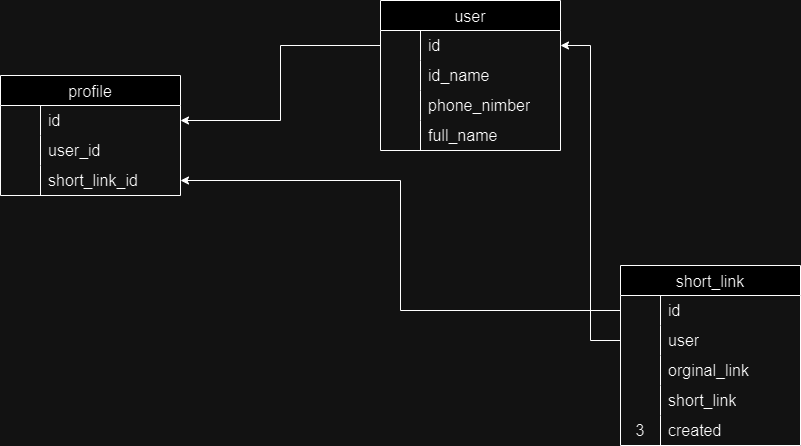
The draw.io diagram db_doagram/db_disign.drawio.png in faridhaavasi/link_shorter, before a commit. Source tidied: cells renumbered, new cells last; positions are measured from the earlier drawing's top-left corner, leaving out a move shared by most shapes. Source of this version:
```xml
<mxGraphModel>
  <root>
    <mxCell id="0" />
    <mxCell id="1" parent="0" />
    <mxCell id="2" value="user" style="shape=table;startSize=30;rowLines=0;fontStyle=0;strokeColor=default;fontSize=16;" parent="1" vertex="1">
      <mxGeometry x="380" width="180" height="150" as="geometry" />
    </mxCell>
    <mxCell id="3" style="shape=tableRow;horizontal=0;startSize=0;swimlaneHead=0;swimlaneBody=0;top=0;left=0;bottom=0;right=0;fillColor=none;points=[[0,0.5],[1,0.5]];portConstraint=eastwest;strokeColor=inherit;fontSize=16;" parent="2" vertex="1">
      <mxGeometry y="30" width="180" height="30" as="geometry" />
    </mxCell>
    <mxCell id="4" style="shape=partialRectangle;html=1;whiteSpace=wrap;fillColor=none;top=0;left=0;bottom=0;right=0;overflow=hidden;strokeColor=inherit;fontSize=16;" parent="3" vertex="1">
      <mxGeometry width="40" height="30" as="geometry" />
    </mxCell>
    <mxCell id="5" value="id" style="shape=partialRectangle;html=1;whiteSpace=wrap;fillColor=none;top=0;left=0;bottom=0;right=0;align=left;spacingLeft=6;overflow=hidden;strokeColor=inherit;fontSize=16;" parent="3" vertex="1">
      <mxGeometry x="40" width="140" height="30" as="geometry" />
    </mxCell>
    <mxCell id="6" style="shape=tableRow;horizontal=0;startSize=0;swimlaneHead=0;swimlaneBody=0;top=0;left=0;bottom=0;right=0;fillColor=none;strokeColor=inherit;fontSize=16;" parent="2" vertex="1">
      <mxGeometry y="60" width="180" height="30" as="geometry" />
    </mxCell>
    <mxCell id="7" style="shape=partialRectangle;html=1;whiteSpace=wrap;fillColor=none;top=0;left=0;bottom=0;right=0;overflow=hidden;strokeColor=inherit;fontSize=16;" parent="6" vertex="1">
      <mxGeometry width="40" height="30" as="geometry" />
    </mxCell>
    <mxCell id="8" value="id_name" style="shape=partialRectangle;html=1;whiteSpace=wrap;fillColor=none;top=0;left=0;bottom=0;right=0;align=left;spacingLeft=6;overflow=hidden;strokeColor=inherit;fontSize=16;" parent="6" vertex="1">
      <mxGeometry x="40" width="140" height="30" as="geometry" />
    </mxCell>
    <mxCell id="9" style="shape=tableRow;horizontal=0;startSize=0;swimlaneHead=0;swimlaneBody=0;top=0;left=0;bottom=0;right=0;fillColor=none;strokeColor=inherit;fontSize=16;" parent="2" vertex="1">
      <mxGeometry y="90" width="180" height="30" as="geometry" />
    </mxCell>
    <mxCell id="10" style="shape=partialRectangle;html=1;whiteSpace=wrap;fillColor=none;top=0;left=0;bottom=0;right=0;overflow=hidden;strokeColor=inherit;fontSize=16;" parent="9" vertex="1">
      <mxGeometry width="40" height="30" as="geometry" />
    </mxCell>
    <mxCell id="11" value="phone_nimber" style="shape=partialRectangle;html=1;whiteSpace=wrap;fillColor=none;top=0;left=0;bottom=0;right=0;align=left;spacingLeft=6;overflow=hidden;strokeColor=inherit;fontSize=16;" parent="9" vertex="1">
      <mxGeometry x="40" width="140" height="30" as="geometry" />
    </mxCell>
    <mxCell id="12" style="shape=tableRow;horizontal=0;startSize=0;swimlaneHead=0;swimlaneBody=0;top=0;left=0;bottom=0;right=0;fillColor=none;strokeColor=inherit;fontSize=16;" parent="2" vertex="1">
      <mxGeometry y="120" width="180" height="30" as="geometry" />
    </mxCell>
    <mxCell id="13" style="shape=partialRectangle;html=1;whiteSpace=wrap;fillColor=none;top=0;left=0;bottom=0;right=0;overflow=hidden;strokeColor=inherit;fontSize=16;" parent="12" vertex="1">
      <mxGeometry width="40" height="30" as="geometry" />
    </mxCell>
    <mxCell id="14" value="full_name" style="shape=partialRectangle;html=1;whiteSpace=wrap;fillColor=none;top=0;left=0;bottom=0;right=0;align=left;spacingLeft=6;overflow=hidden;strokeColor=inherit;fontSize=16;" parent="12" vertex="1">
      <mxGeometry x="40" width="140" height="30" as="geometry" />
    </mxCell>
    <mxCell id="15" value="profile" style="shape=table;startSize=30;rowLines=0;fontStyle=0;strokeColor=default;fontSize=16;" parent="1" vertex="1">
      <mxGeometry y="75" width="180" height="120" as="geometry" />
    </mxCell>
    <mxCell id="16" style="shape=tableRow;horizontal=0;startSize=0;swimlaneHead=0;swimlaneBody=0;top=0;left=0;bottom=0;right=0;fillColor=none;points=[[0,0.5],[1,0.5]];portConstraint=eastwest;strokeColor=inherit;fontSize=16;" parent="15" vertex="1">
      <mxGeometry y="30" width="180" height="30" as="geometry" />
    </mxCell>
    <mxCell id="17" style="shape=partialRectangle;html=1;whiteSpace=wrap;fillColor=none;top=0;left=0;bottom=0;right=0;overflow=hidden;strokeColor=inherit;fontSize=16;" parent="16" vertex="1">
      <mxGeometry width="40" height="30" as="geometry" />
    </mxCell>
    <mxCell id="18" value="id" style="shape=partialRectangle;html=1;whiteSpace=wrap;fillColor=none;top=0;left=0;bottom=0;right=0;align=left;spacingLeft=6;overflow=hidden;strokeColor=inherit;fontSize=16;" parent="16" vertex="1">
      <mxGeometry x="40" width="140" height="30" as="geometry" />
    </mxCell>
    <mxCell id="19" style="shape=tableRow;horizontal=0;startSize=0;swimlaneHead=0;swimlaneBody=0;top=0;left=0;bottom=0;right=0;fillColor=none;strokeColor=inherit;fontSize=16;" parent="15" vertex="1">
      <mxGeometry y="60" width="180" height="30" as="geometry" />
    </mxCell>
    <mxCell id="20" style="shape=partialRectangle;html=1;whiteSpace=wrap;fillColor=none;top=0;left=0;bottom=0;right=0;overflow=hidden;strokeColor=inherit;fontSize=16;" parent="19" vertex="1">
      <mxGeometry width="40" height="30" as="geometry" />
    </mxCell>
    <mxCell id="21" value="user_id" style="shape=partialRectangle;html=1;whiteSpace=wrap;fillColor=none;top=0;left=0;bottom=0;right=0;align=left;spacingLeft=6;overflow=hidden;strokeColor=inherit;fontSize=16;" parent="19" vertex="1">
      <mxGeometry x="40" width="140" height="30" as="geometry" />
    </mxCell>
    <mxCell id="22" style="shape=tableRow;horizontal=0;startSize=0;swimlaneHead=0;swimlaneBody=0;top=0;left=0;bottom=0;right=0;fillColor=none;points=[[0,0.5],[1,0.5]];portConstraint=eastwest;strokeColor=inherit;fontSize=16;" parent="15" vertex="1">
      <mxGeometry y="90" width="180" height="30" as="geometry" />
    </mxCell>
    <mxCell id="23" style="shape=partialRectangle;html=1;whiteSpace=wrap;fillColor=none;top=0;left=0;bottom=0;right=0;overflow=hidden;strokeColor=inherit;fontSize=16;" parent="22" vertex="1">
      <mxGeometry width="40" height="30" as="geometry" />
    </mxCell>
    <mxCell id="24" value="short_link_id" style="shape=partialRectangle;html=1;whiteSpace=wrap;fillColor=none;top=0;left=0;bottom=0;right=0;align=left;spacingLeft=6;overflow=hidden;strokeColor=inherit;fontSize=16;" parent="22" vertex="1">
      <mxGeometry x="40" width="140" height="30" as="geometry" />
    </mxCell>
    <mxCell id="25" value="short_link" style="shape=table;startSize=30;rowLines=0;fontStyle=0;strokeColor=default;fontSize=16;" parent="1" vertex="1">
      <mxGeometry x="620" y="265" width="180" height="180" as="geometry" />
    </mxCell>
    <mxCell id="26" style="shape=tableRow;horizontal=0;startSize=0;swimlaneHead=0;swimlaneBody=0;top=0;left=0;bottom=0;right=0;fillColor=none;points=[[0,0.5],[1,0.5]];portConstraint=eastwest;strokeColor=inherit;fontSize=16;" parent="25" vertex="1">
      <mxGeometry y="30" width="180" height="30" as="geometry" />
    </mxCell>
    <mxCell id="27" style="shape=partialRectangle;html=1;whiteSpace=wrap;fillColor=none;top=0;left=0;bottom=0;right=0;overflow=hidden;strokeColor=inherit;fontSize=16;" parent="26" vertex="1">
      <mxGeometry width="40" height="30" as="geometry" />
    </mxCell>
    <mxCell id="28" value="id" style="shape=partialRectangle;html=1;whiteSpace=wrap;fillColor=none;top=0;left=0;bottom=0;right=0;align=left;spacingLeft=6;overflow=hidden;strokeColor=inherit;fontSize=16;" parent="26" vertex="1">
      <mxGeometry x="40" width="140" height="30" as="geometry" />
    </mxCell>
    <mxCell id="29" style="shape=tableRow;horizontal=0;startSize=0;swimlaneHead=0;swimlaneBody=0;top=0;left=0;bottom=0;right=0;fillColor=none;points=[[0,0.5],[1,0.5]];portConstraint=eastwest;strokeColor=inherit;fontSize=16;" parent="25" vertex="1">
      <mxGeometry y="60" width="180" height="30" as="geometry" />
    </mxCell>
    <mxCell id="30" style="shape=partialRectangle;html=1;whiteSpace=wrap;fillColor=none;top=0;left=0;bottom=0;right=0;overflow=hidden;strokeColor=inherit;fontSize=16;" parent="29" vertex="1">
      <mxGeometry width="40" height="30" as="geometry" />
    </mxCell>
    <mxCell id="31" value="user" style="shape=partialRectangle;html=1;whiteSpace=wrap;fillColor=none;top=0;left=0;bottom=0;right=0;align=left;spacingLeft=6;overflow=hidden;strokeColor=inherit;fontSize=16;" parent="29" vertex="1">
      <mxGeometry x="40" width="140" height="30" as="geometry" />
    </mxCell>
    <mxCell id="32" style="shape=tableRow;horizontal=0;startSize=0;swimlaneHead=0;swimlaneBody=0;top=0;left=0;bottom=0;right=0;fillColor=none;strokeColor=inherit;fontSize=16;" parent="25" vertex="1">
      <mxGeometry y="90" width="180" height="30" as="geometry" />
    </mxCell>
    <mxCell id="33" style="shape=partialRectangle;html=1;whiteSpace=wrap;fillColor=none;top=0;left=0;bottom=0;right=0;overflow=hidden;strokeColor=inherit;fontSize=16;" parent="32" vertex="1">
      <mxGeometry width="40" height="30" as="geometry" />
    </mxCell>
    <mxCell id="34" value="orginal_link" style="shape=partialRectangle;html=1;whiteSpace=wrap;fillColor=none;top=0;left=0;bottom=0;right=0;align=left;spacingLeft=6;overflow=hidden;strokeColor=inherit;fontSize=16;" parent="32" vertex="1">
      <mxGeometry x="40" width="140" height="30" as="geometry" />
    </mxCell>
    <mxCell id="35" style="shape=tableRow;horizontal=0;startSize=0;swimlaneHead=0;swimlaneBody=0;top=0;left=0;bottom=0;right=0;fillColor=none;strokeColor=inherit;fontSize=16;" parent="25" vertex="1">
      <mxGeometry y="120" width="180" height="30" as="geometry" />
    </mxCell>
    <mxCell id="36" style="shape=partialRectangle;html=1;whiteSpace=wrap;fillColor=none;top=0;left=0;bottom=0;right=0;overflow=hidden;strokeColor=inherit;fontSize=16;" parent="35" vertex="1">
      <mxGeometry width="40" height="30" as="geometry" />
    </mxCell>
    <mxCell id="37" value="short_link" style="shape=partialRectangle;html=1;whiteSpace=wrap;fillColor=none;top=0;left=0;bottom=0;right=0;align=left;spacingLeft=6;overflow=hidden;strokeColor=inherit;fontSize=16;" parent="35" vertex="1">
      <mxGeometry x="40" width="140" height="30" as="geometry" />
    </mxCell>
    <mxCell id="38" style="shape=tableRow;horizontal=0;startSize=0;swimlaneHead=0;swimlaneBody=0;top=0;left=0;bottom=0;right=0;fillColor=none;strokeColor=inherit;fontSize=16;" parent="25" vertex="1">
      <mxGeometry y="150" width="180" height="30" as="geometry" />
    </mxCell>
    <mxCell id="39" value="3" style="shape=partialRectangle;html=1;whiteSpace=wrap;fillColor=none;top=0;left=0;bottom=0;right=0;overflow=hidden;strokeColor=inherit;fontSize=16;" parent="38" vertex="1">
      <mxGeometry width="40" height="30" as="geometry" />
    </mxCell>
    <mxCell id="40" value="created" style="shape=partialRectangle;html=1;whiteSpace=wrap;fillColor=none;top=0;left=0;bottom=0;right=0;align=left;spacingLeft=6;overflow=hidden;strokeColor=inherit;fontSize=16;" parent="38" vertex="1">
      <mxGeometry x="40" width="140" height="30" as="geometry" />
    </mxCell>
    <mxCell id="41" style="edgeStyle=orthogonalEdgeStyle;rounded=0;jettySize=auto;html=1;" parent="1" edge="1" source="3" target="16">
      <mxGeometry relative="1" as="geometry" />
    </mxCell>
    <mxCell id="42" style="edgeStyle=orthogonalEdgeStyle;rounded=0;jettySize=auto;html=1;" parent="1" edge="1" source="26" target="22">
      <mxGeometry relative="1" as="geometry" />
    </mxCell>
    <mxCell id="43" style="edgeStyle=orthogonalEdgeStyle;rounded=0;jettySize=auto;html=1;" parent="1" edge="1" source="29" target="3">
      <mxGeometry relative="1" as="geometry" />
    </mxCell>
  </root>
</mxGraphModel>
```
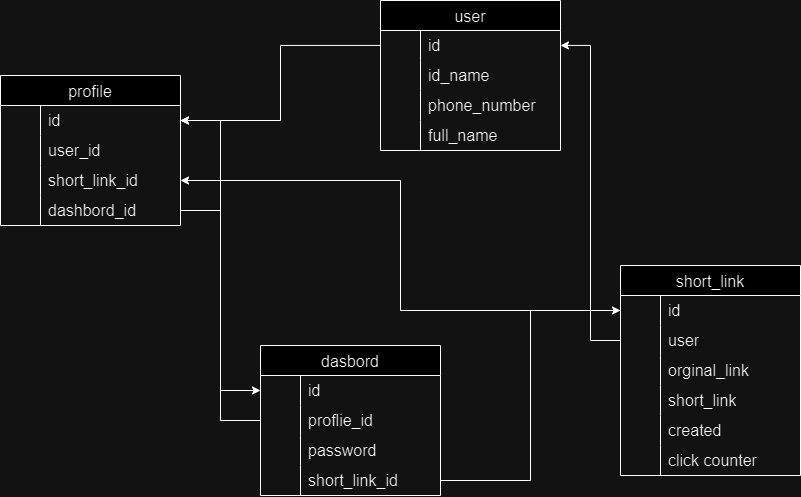
After the commit.

Change to the diagram source:
```diff
@@ -29,7 +29,7 @@
     <mxCell id="10" style="shape=partialRectangle;html=1;whiteSpace=wrap;fillColor=none;top=0;left=0;bottom=0;right=0;overflow=hidden;strokeColor=inherit;fontSize=16;" parent="9" vertex="1">
       <mxGeometry width="40" height="30" as="geometry" />
     </mxCell>
-    <mxCell id="11" value="phone_nimber" style="shape=partialRectangle;html=1;whiteSpace=wrap;fillColor=none;top=0;left=0;bottom=0;right=0;align=left;spacingLeft=6;overflow=hidden;strokeColor=inherit;fontSize=16;" parent="9" vertex="1">
+    <mxCell id="11" value="phone_number" style="shape=partialRectangle;html=1;whiteSpace=wrap;fillColor=none;top=0;left=0;bottom=0;right=0;align=left;spacingLeft=6;overflow=hidden;strokeColor=inherit;fontSize=16;" parent="9" vertex="1">
       <mxGeometry x="40" width="140" height="30" as="geometry" />
     </mxCell>
     <mxCell id="12" style="shape=tableRow;horizontal=0;startSize=0;swimlaneHead=0;swimlaneBody=0;top=0;left=0;bottom=0;right=0;fillColor=none;strokeColor=inherit;fontSize=16;" parent="2" vertex="1">
@@ -42,7 +42,7 @@
       <mxGeometry x="40" width="140" height="30" as="geometry" />
     </mxCell>
     <mxCell id="15" value="profile" style="shape=table;startSize=30;rowLines=0;fontStyle=0;strokeColor=default;fontSize=16;" parent="1" vertex="1">
-      <mxGeometry y="75" width="180" height="120" as="geometry" />
+      <mxGeometry y="75" width="180" height="150" as="geometry" />
     </mxCell>
     <mxCell id="16" style="shape=tableRow;horizontal=0;startSize=0;swimlaneHead=0;swimlaneBody=0;top=0;left=0;bottom=0;right=0;fillColor=none;points=[[0,0.5],[1,0.5]];portConstraint=eastwest;strokeColor=inherit;fontSize=16;" parent="15" vertex="1">
       <mxGeometry y="30" width="180" height="30" as="geometry" />
@@ -71,8 +71,17 @@
     <mxCell id="24" value="short_link_id" style="shape=partialRectangle;html=1;whiteSpace=wrap;fillColor=none;top=0;left=0;bottom=0;right=0;align=left;spacingLeft=6;overflow=hidden;strokeColor=inherit;fontSize=16;" parent="22" vertex="1">
       <mxGeometry x="40" width="140" height="30" as="geometry" />
     </mxCell>
+    <mxCell id="44" style="shape=tableRow;horizontal=0;startSize=0;swimlaneHead=0;swimlaneBody=0;top=0;left=0;bottom=0;right=0;fillColor=none;points=[[0,0.5],[1,0.5]];portConstraint=eastwest;strokeColor=inherit;fontSize=16;" parent="15" vertex="1">
+      <mxGeometry y="120" width="180" height="30" as="geometry" />
+    </mxCell>
+    <mxCell id="45" style="shape=partialRectangle;html=1;whiteSpace=wrap;fillColor=none;top=0;left=0;bottom=0;right=0;overflow=hidden;strokeColor=inherit;fontSize=16;" parent="44" vertex="1">
+      <mxGeometry width="40" height="30" as="geometry" />
+    </mxCell>
+    <mxCell id="46" value="dashbord_id" style="shape=partialRectangle;html=1;whiteSpace=wrap;fillColor=none;top=0;left=0;bottom=0;right=0;align=left;spacingLeft=6;overflow=hidden;strokeColor=inherit;fontSize=16;" parent="44" vertex="1">
+      <mxGeometry x="40" width="140" height="30" as="geometry" />
+    </mxCell>
     <mxCell id="25" value="short_link" style="shape=table;startSize=30;rowLines=0;fontStyle=0;strokeColor=default;fontSize=16;" parent="1" vertex="1">
-      <mxGeometry x="620" y="265" width="180" height="180" as="geometry" />
+      <mxGeometry x="620" y="265" width="180" height="210" as="geometry" />
     </mxCell>
     <mxCell id="26" style="shape=tableRow;horizontal=0;startSize=0;swimlaneHead=0;swimlaneBody=0;top=0;left=0;bottom=0;right=0;fillColor=none;points=[[0,0.5],[1,0.5]];portConstraint=eastwest;strokeColor=inherit;fontSize=16;" parent="25" vertex="1">
       <mxGeometry y="30" width="180" height="30" as="geometry" />
@@ -113,12 +122,21 @@
     <mxCell id="38" style="shape=tableRow;horizontal=0;startSize=0;swimlaneHead=0;swimlaneBody=0;top=0;left=0;bottom=0;right=0;fillColor=none;strokeColor=inherit;fontSize=16;" parent="25" vertex="1">
       <mxGeometry y="150" width="180" height="30" as="geometry" />
     </mxCell>
-    <mxCell id="39" value="3" style="shape=partialRectangle;html=1;whiteSpace=wrap;fillColor=none;top=0;left=0;bottom=0;right=0;overflow=hidden;strokeColor=inherit;fontSize=16;" parent="38" vertex="1">
+    <mxCell id="39" style="shape=partialRectangle;html=1;whiteSpace=wrap;fillColor=none;top=0;left=0;bottom=0;right=0;overflow=hidden;strokeColor=inherit;fontSize=16;" parent="38" vertex="1">
       <mxGeometry width="40" height="30" as="geometry" />
     </mxCell>
     <mxCell id="40" value="created" style="shape=partialRectangle;html=1;whiteSpace=wrap;fillColor=none;top=0;left=0;bottom=0;right=0;align=left;spacingLeft=6;overflow=hidden;strokeColor=inherit;fontSize=16;" parent="38" vertex="1">
       <mxGeometry x="40" width="140" height="30" as="geometry" />
     </mxCell>
+    <mxCell id="47" style="shape=tableRow;horizontal=0;startSize=0;swimlaneHead=0;swimlaneBody=0;top=0;left=0;bottom=0;right=0;fillColor=none;strokeColor=inherit;fontSize=16;" parent="25" vertex="1">
+      <mxGeometry y="180" width="180" height="30" as="geometry" />
+    </mxCell>
+    <mxCell id="48" style="shape=partialRectangle;html=1;whiteSpace=wrap;fillColor=none;top=0;left=0;bottom=0;right=0;overflow=hidden;strokeColor=inherit;fontSize=16;" parent="47" vertex="1">
+      <mxGeometry width="40" height="30" as="geometry" />
+    </mxCell>
+    <mxCell id="49" value="click counter" style="shape=partialRectangle;html=1;whiteSpace=wrap;fillColor=none;top=0;left=0;bottom=0;right=0;align=left;spacingLeft=6;overflow=hidden;strokeColor=inherit;fontSize=16;" parent="47" vertex="1">
+      <mxGeometry x="40" width="140" height="30" as="geometry" />
+    </mxCell>
     <mxCell id="41" style="edgeStyle=orthogonalEdgeStyle;rounded=0;jettySize=auto;html=1;" parent="1" edge="1" source="3" target="16">
       <mxGeometry relative="1" as="geometry" />
     </mxCell>
@@ -128,5 +146,53 @@
     <mxCell id="43" style="edgeStyle=orthogonalEdgeStyle;rounded=0;jettySize=auto;html=1;" parent="1" edge="1" source="29" target="3">
       <mxGeometry relative="1" as="geometry" />
     </mxCell>
+    <mxCell id="50" value="dasbord" style="shape=table;startSize=30;rowLines=0;fontStyle=0;strokeColor=default;fontSize=16;" parent="1" vertex="1">
+      <mxGeometry x="260" y="345" width="180" height="150" as="geometry" />
+    </mxCell>
+    <mxCell id="51" style="shape=tableRow;horizontal=0;startSize=0;swimlaneHead=0;swimlaneBody=0;top=0;left=0;bottom=0;right=0;fillColor=none;points=[[0,0.5],[1,0.5]];portConstraint=eastwest;strokeColor=inherit;fontSize=16;" parent="50" vertex="1">
+      <mxGeometry y="30" width="180" height="30" as="geometry" />
+    </mxCell>
+    <mxCell id="52" style="shape=partialRectangle;html=1;whiteSpace=wrap;fillColor=none;top=0;left=0;bottom=0;right=0;overflow=hidden;strokeColor=inherit;fontSize=16;" parent="51" vertex="1">
+      <mxGeometry width="40" height="30" as="geometry" />
+    </mxCell>
+    <mxCell id="53" value="id" style="shape=partialRectangle;html=1;whiteSpace=wrap;fillColor=none;top=0;left=0;bottom=0;right=0;align=left;spacingLeft=6;overflow=hidden;strokeColor=inherit;fontSize=16;" parent="51" vertex="1">
+      <mxGeometry x="40" width="140" height="30" as="geometry" />
+    </mxCell>
+    <mxCell id="54" style="shape=tableRow;horizontal=0;startSize=0;swimlaneHead=0;swimlaneBody=0;top=0;left=0;bottom=0;right=0;fillColor=none;points=[[0,0.5],[1,0.5]];portConstraint=eastwest;strokeColor=inherit;fontSize=16;" parent="50" vertex="1">
+      <mxGeometry y="60" width="180" height="30" as="geometry" />
+    </mxCell>
+    <mxCell id="55" style="shape=partialRectangle;html=1;whiteSpace=wrap;fillColor=none;top=0;left=0;bottom=0;right=0;overflow=hidden;strokeColor=inherit;fontSize=16;" parent="54" vertex="1">
+      <mxGeometry width="40" height="30" as="geometry" />
+    </mxCell>
+    <mxCell id="56" value="proflie_id" style="shape=partialRectangle;html=1;whiteSpace=wrap;fillColor=none;top=0;left=0;bottom=0;right=0;align=left;spacingLeft=6;overflow=hidden;strokeColor=inherit;fontSize=16;" parent="54" vertex="1">
+      <mxGeometry x="40" width="140" height="30" as="geometry" />
+    </mxCell>
+    <mxCell id="57" style="shape=tableRow;horizontal=0;startSize=0;swimlaneHead=0;swimlaneBody=0;top=0;left=0;bottom=0;right=0;fillColor=none;strokeColor=inherit;fontSize=16;" parent="50" vertex="1">
+      <mxGeometry y="90" width="180" height="30" as="geometry" />
+    </mxCell>
+    <mxCell id="58" style="shape=partialRectangle;html=1;whiteSpace=wrap;fillColor=none;top=0;left=0;bottom=0;right=0;overflow=hidden;strokeColor=inherit;fontSize=16;" parent="57" vertex="1">
+      <mxGeometry width="40" height="30" as="geometry" />
+    </mxCell>
+    <mxCell id="59" value="password" style="shape=partialRectangle;html=1;whiteSpace=wrap;fillColor=none;top=0;left=0;bottom=0;right=0;align=left;spacingLeft=6;overflow=hidden;strokeColor=inherit;fontSize=16;" parent="57" vertex="1">
+      <mxGeometry x="40" width="140" height="30" as="geometry" />
+    </mxCell>
+    <mxCell id="60" style="shape=tableRow;horizontal=0;startSize=0;swimlaneHead=0;swimlaneBody=0;top=0;left=0;bottom=0;right=0;fillColor=none;points=[[0,0.5],[1,0.5]];portConstraint=eastwest;strokeColor=inherit;fontSize=16;" parent="50" vertex="1">
+      <mxGeometry y="120" width="180" height="30" as="geometry" />
+    </mxCell>
+    <mxCell id="61" style="shape=partialRectangle;html=1;whiteSpace=wrap;fillColor=none;top=0;left=0;bottom=0;right=0;overflow=hidden;strokeColor=inherit;fontSize=16;" parent="60" vertex="1">
+      <mxGeometry width="40" height="30" as="geometry" />
+    </mxCell>
+    <mxCell id="62" value="short_link_id" style="shape=partialRectangle;html=1;whiteSpace=wrap;fillColor=none;top=0;left=0;bottom=0;right=0;align=left;spacingLeft=6;overflow=hidden;strokeColor=inherit;fontSize=16;" parent="60" vertex="1">
+      <mxGeometry x="40" width="140" height="30" as="geometry" />
+    </mxCell>
+    <mxCell id="63" style="edgeStyle=orthogonalEdgeStyle;rounded=0;jettySize=auto;html=1;" parent="1" edge="1" source="54" target="16">
+      <mxGeometry relative="1" as="geometry" />
+    </mxCell>
+    <mxCell id="64" style="edgeStyle=orthogonalEdgeStyle;rounded=0;jettySize=auto;html=1;" parent="1" edge="1" source="44" target="51">
+      <mxGeometry relative="1" as="geometry" />
+    </mxCell>
+    <mxCell id="65" style="edgeStyle=orthogonalEdgeStyle;rounded=0;jettySize=auto;html=1;" parent="1" edge="1" source="60" target="26">
+      <mxGeometry relative="1" as="geometry" />
+    </mxCell>
   </root>
 </mxGraphModel>
```
